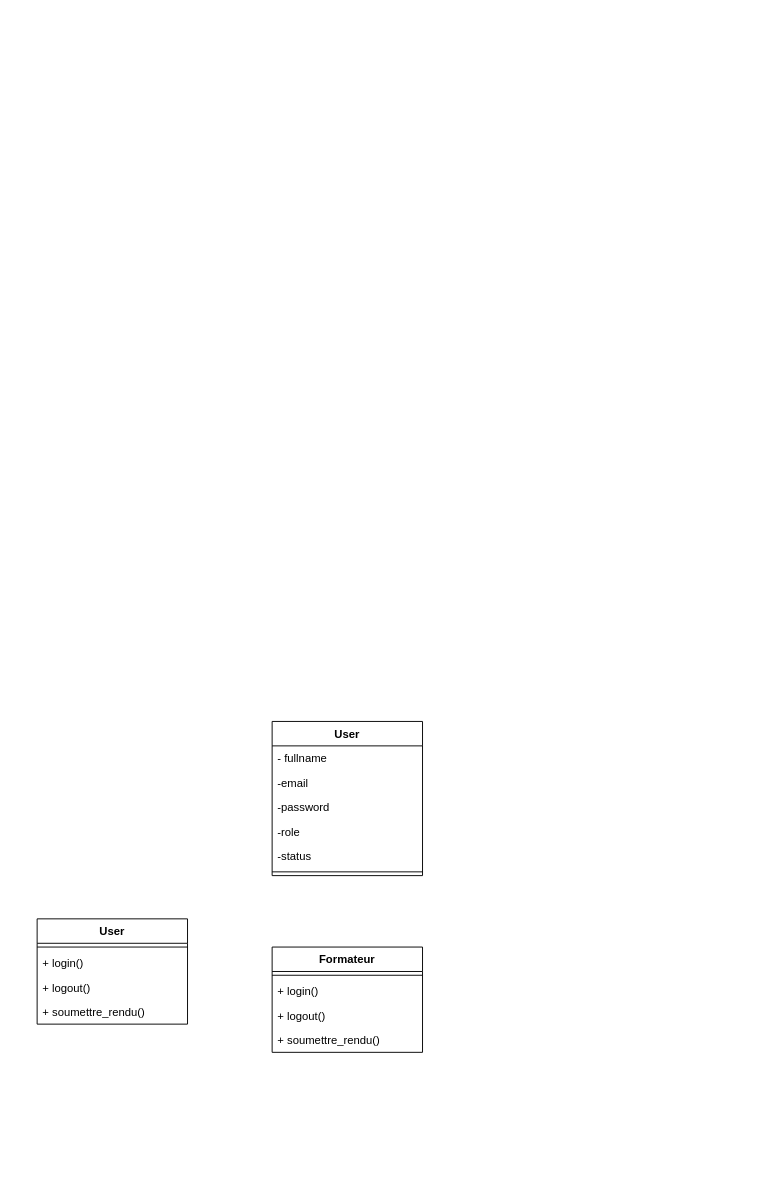
aminelebrini/INTRA-YOUCODE-UM6P keeps this draw.io diagram as Untitled Diagram.drawio. Above is the earlier version. Source tidied: cells renumbered, new cells numbered last; positions are measured from the earlier drawing's top-left corner, leaving out a move shared by most shapes. Both pictures are drawn from the tidied source at 94%, with x=0, y=0 at pixel (37, 721).
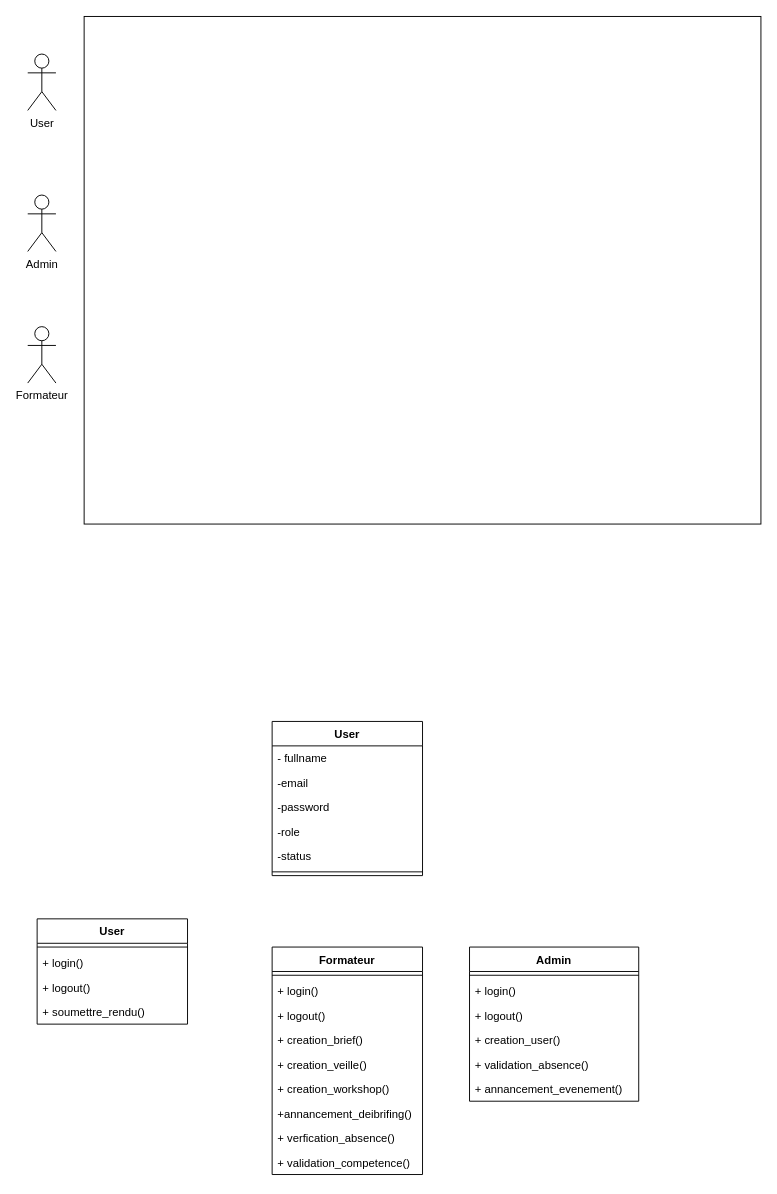
After the change.

The edit, as a diff of the source:
```diff
@@
     <mxCell id="14" value="Formateur" style="swimlane;fontStyle=1;align=center;verticalAlign=top;horizontal=1;startSize=26;whiteSpace=wrap;html=1;" parent="1" vertex="1">
-      <mxGeometry x="250" y="240" width="160" height="112" as="geometry" />
+      <mxGeometry x="250" y="240" width="160" height="242" as="geometry" />
     </mxCell>
@@
-    <mxCell id="18" value="+ soumettre_rendu()" style="text;strokeColor=none;fillColor=none;align=left;verticalAlign=top;spacingLeft=4;spacingRight=4;overflow=hidden;whiteSpace=wrap;html=1;" parent="14" vertex="1">
+    <mxCell id="18" value="+ creation_brief()" style="text;strokeColor=none;fillColor=none;align=left;verticalAlign=top;spacingLeft=4;spacingRight=4;overflow=hidden;whiteSpace=wrap;html=1;" parent="14" vertex="1">
       <mxGeometry y="86" width="160" height="26" as="geometry" />
     </mxCell>
+    <mxCell id="19" value="+ creation_veille()" style="text;strokeColor=none;fillColor=none;align=left;verticalAlign=top;spacingLeft=4;spacingRight=4;overflow=hidden;whiteSpace=wrap;html=1;" parent="14" vertex="1">
+      <mxGeometry y="112" width="160" height="26" as="geometry" />
+    </mxCell>
+    <mxCell id="20" value="+ creation_workshop()" style="text;strokeColor=none;fillColor=none;align=left;verticalAlign=top;spacingLeft=4;spacingRight=4;overflow=hidden;whiteSpace=wrap;html=1;" parent="14" vertex="1">
+      <mxGeometry y="138" width="160" height="26" as="geometry" />
+    </mxCell>
+    <mxCell id="21" value="+annancement_deibrifing()" style="text;strokeColor=none;fillColor=none;align=left;verticalAlign=top;spacingLeft=4;spacingRight=4;overflow=hidden;whiteSpace=wrap;html=1;" parent="14" vertex="1">
+      <mxGeometry y="164" width="160" height="26" as="geometry" />
+    </mxCell>
+    <mxCell id="22" value="+ verfication_absence()" style="text;strokeColor=none;fillColor=none;align=left;verticalAlign=top;spacingLeft=4;spacingRight=4;overflow=hidden;whiteSpace=wrap;html=1;" parent="14" vertex="1">
+      <mxGeometry y="190" width="160" height="26" as="geometry" />
+    </mxCell>
+    <mxCell id="23" value="+ validation_competence()" style="text;strokeColor=none;fillColor=none;align=left;verticalAlign=top;spacingLeft=4;spacingRight=4;overflow=hidden;whiteSpace=wrap;html=1;" parent="14" vertex="1">
+      <mxGeometry y="216" width="160" height="26" as="geometry" />
+    </mxCell>
+    <mxCell id="24" value="Admin" style="swimlane;fontStyle=1;align=center;verticalAlign=top;horizontal=1;startSize=26;whiteSpace=wrap;html=1;" parent="1" vertex="1">
+      <mxGeometry x="460" y="240" width="180" height="164" as="geometry" />
+    </mxCell>
+    <mxCell id="25" style="line;strokeWidth=1;fillColor=none;align=left;verticalAlign=middle;spacingTop=-1;spacingLeft=3;spacingRight=3;labelPosition=right;strokeColor=inherit;" parent="24" vertex="1">
+      <mxGeometry y="26" width="180" height="8" as="geometry" />
+    </mxCell>
+    <mxCell id="26" value="+ login()" style="text;strokeColor=none;fillColor=none;align=left;verticalAlign=top;spacingLeft=4;spacingRight=4;overflow=hidden;whiteSpace=wrap;html=1;" parent="24" vertex="1">
+      <mxGeometry y="34" width="180" height="26" as="geometry" />
+    </mxCell>
+    <mxCell id="27" value="+ logout()" style="text;strokeColor=none;fillColor=none;align=left;verticalAlign=top;spacingLeft=4;spacingRight=4;overflow=hidden;whiteSpace=wrap;html=1;" parent="24" vertex="1">
+      <mxGeometry y="60" width="180" height="26" as="geometry" />
+    </mxCell>
+    <mxCell id="28" value="+ creation_user()" style="text;strokeColor=none;fillColor=none;align=left;verticalAlign=top;spacingLeft=4;spacingRight=4;overflow=hidden;whiteSpace=wrap;html=1;" parent="24" vertex="1">
+      <mxGeometry y="86" width="180" height="26" as="geometry" />
+    </mxCell>
+    <mxCell id="29" value="+ validation_absence()" style="text;strokeColor=none;fillColor=none;align=left;verticalAlign=top;spacingLeft=4;spacingRight=4;overflow=hidden;whiteSpace=wrap;html=1;" parent="24" vertex="1">
+      <mxGeometry y="112" width="180" height="26" as="geometry" />
+    </mxCell>
+    <mxCell id="30" value="+ annancement_evenement()&lt;div&gt;&lt;br&gt;&lt;/div&gt;" style="text;strokeColor=none;fillColor=none;align=left;verticalAlign=top;spacingLeft=4;spacingRight=4;overflow=hidden;whiteSpace=wrap;html=1;" parent="24" vertex="1">
+      <mxGeometry y="138" width="180" height="26" as="geometry" />
+    </mxCell>
+    <mxCell id="31" style="html=1;whiteSpace=wrap;" parent="1" vertex="1">
+      <mxGeometry x="50" y="-750" width="720" height="540" as="geometry" />
+    </mxCell>
+    <mxCell id="32" value="User" style="shape=umlActor;verticalLabelPosition=bottom;verticalAlign=top;html=1;" parent="1" vertex="1">
+      <mxGeometry x="-10" y="-710" width="30" height="60" as="geometry" />
+    </mxCell>
+    <mxCell id="33" value="Admin" style="shape=umlActor;verticalLabelPosition=bottom;verticalAlign=top;html=1;" parent="1" vertex="1">
+      <mxGeometry x="-10" y="-560" width="30" height="60" as="geometry" />
+    </mxCell>
+    <mxCell id="34" value="Formateur" style="shape=umlActor;verticalLabelPosition=bottom;verticalAlign=top;html=1;" parent="1" vertex="1">
+      <mxGeometry x="-10" y="-420" width="30" height="60" as="geometry" />
+    </mxCell>
```
